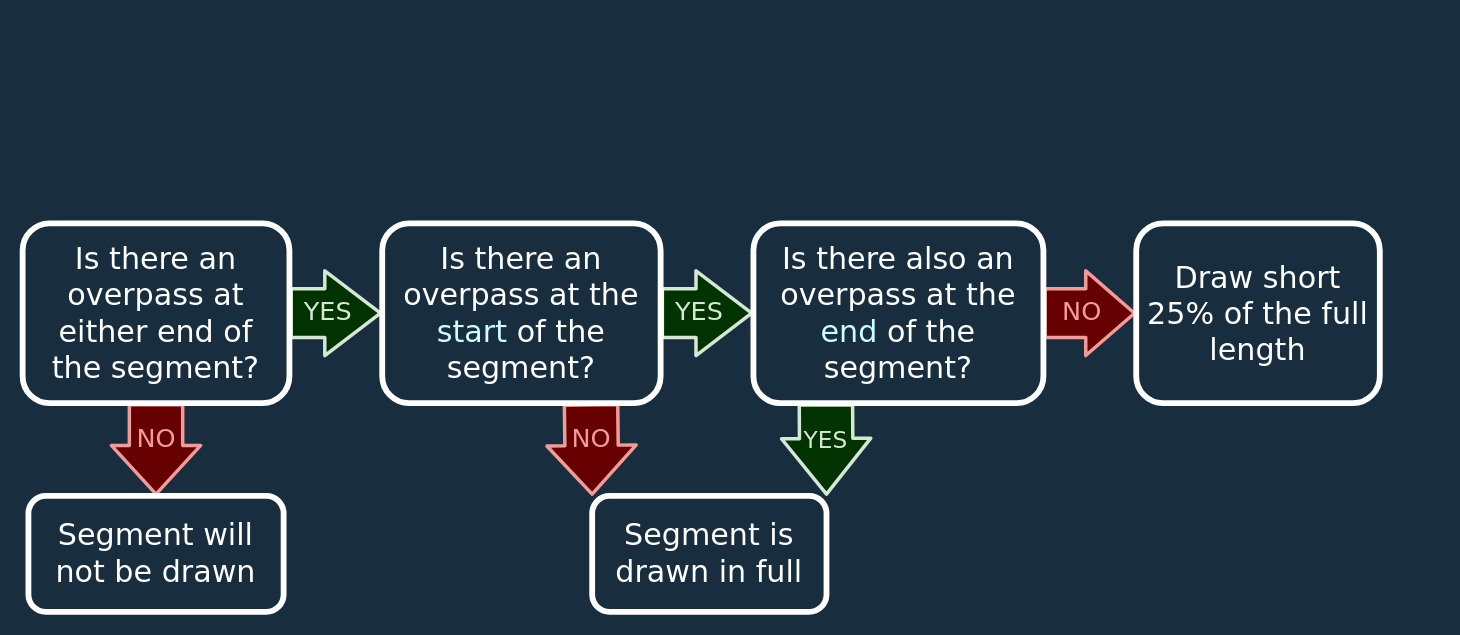
Before: OverpassSymbology.drawio in MaddiLoo/COP_Presentation, a draw.io diagram. Source tidied: cells renumbered, new cells numbered last; positions are measured from the earlier drawing's top-left corner, leaving out a move shared by most shapes. Both pictures are drawn from the tidied source at 116%, with x=0, y=0 at pixel (22, 223).
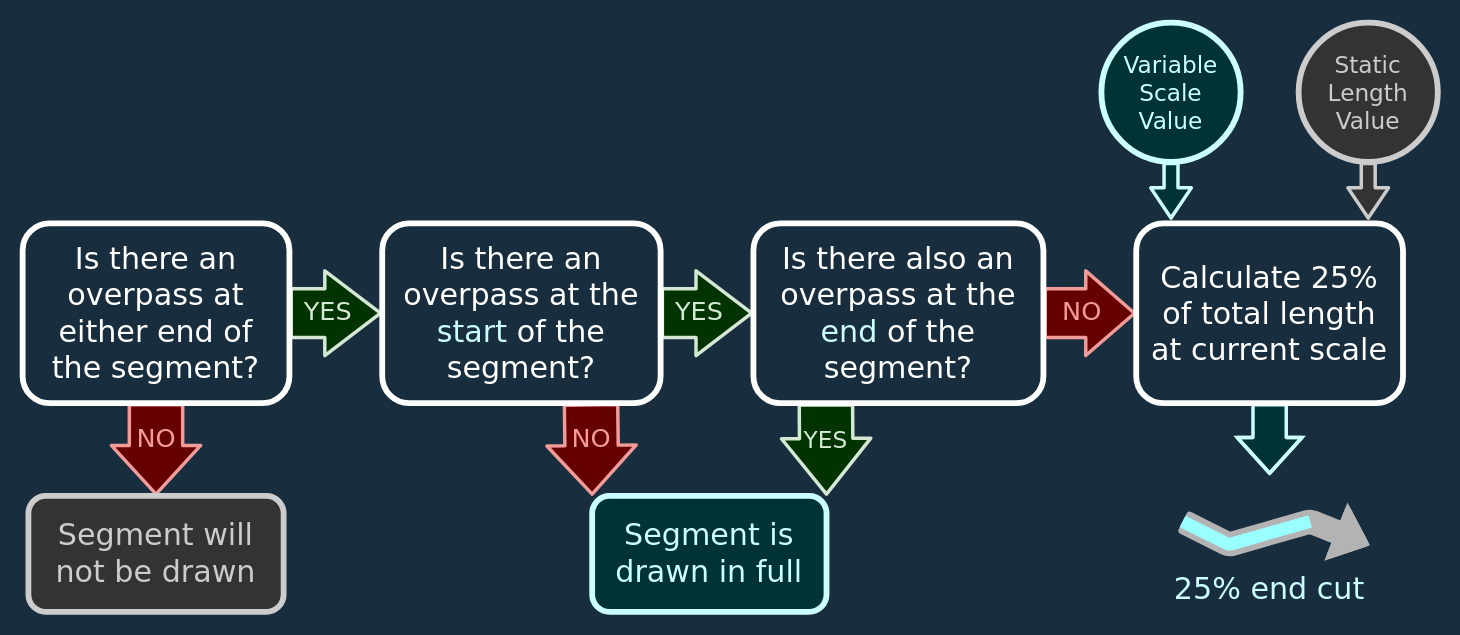
After the change.

The edit, as a diff of the source:
```diff
@@
+    <mxCell id="20" style="shape=flexArrow;endArrow=classic;html=1;rounded=1;labelBackgroundColor=none;strokeColor=#CCFFFF;strokeWidth=3;fontFamily=Verdana;fontSize=20;fontColor=#CCFFFF;fillColor=#003333;exitX=0.5;exitY=1;exitDx=0;exitDy=0;endSize=7.685714285714286;" parent="1" edge="1" source="23">
+      <mxGeometry relative="1" as="geometry">
+        <mxPoint x="990" y="-3" as="targetPoint" />
+      </mxGeometry>
+    </mxCell>
+    <mxCell id="21" style="shape=flexArrow;endArrow=classic;html=1;rounded=1;labelBackgroundColor=none;strokeColor=#CCCCCC;strokeWidth=3;fontFamily=Verdana;fontSize=20;fontColor=#CCCCCC;fillColor=#333333;exitX=0.5;exitY=1;exitDx=0;exitDy=0;endSize=7.685714285714286;" parent="1" edge="1" source="24">
+      <mxGeometry relative="1" as="geometry">
+        <mxPoint x="1160" y="-3" as="targetPoint" />
+      </mxGeometry>
+    </mxCell>
@@
-    <mxCell id="16" value="Segment is drawn in full" style="rounded=1;whiteSpace=wrap;html=1;labelBackgroundColor=none;strokeColor=#FFFFFF;strokeWidth=5;fontFamily=Verdana;fontSize=26;fontColor=#FFFFFF;fillColor=none;" parent="1" vertex="1">
+    <mxCell id="16" value="&lt;font style=&quot;font-size: 26px;&quot;&gt;Segment is drawn in full&lt;/font&gt;" style="rounded=1;whiteSpace=wrap;html=1;labelBackgroundColor=none;strokeColor=#CCFFFF;strokeWidth=5;fontFamily=Verdana;fontSize=20;fontColor=#CCFFFF;fillColor=#003333;" parent="1" vertex="1">
       <mxGeometry x="491" y="235" width="202" height="100" as="geometry" />
     </mxCell>
@@
-    <mxCell id="18" value="Segment will not be drawn" style="rounded=1;whiteSpace=wrap;html=1;labelBackgroundColor=none;strokeColor=#FFFFFF;strokeWidth=5;fontFamily=Verdana;fontSize=26;fontColor=#FFFFFF;fillColor=none;" parent="1" vertex="1">
+    <mxCell id="18" value="&lt;font style=&quot;font-size: 26px;&quot;&gt;Segment will not be drawn&lt;/font&gt;" style="rounded=1;whiteSpace=wrap;html=1;labelBackgroundColor=none;strokeColor=#CCCCCC;strokeWidth=5;fontFamily=Verdana;fontSize=20;fontColor=#CCCCCC;fillColor=#333333;endArrow=classic;endSize=13;" parent="1" vertex="1">
       <mxGeometry x="5" y="235" width="220" height="100" as="geometry" />
     </mxCell>
+    <mxCell id="22" style="edgeStyle=orthogonalEdgeStyle;rounded=1;jettySize=auto;html=1;exitX=0.5;exitY=1;exitDx=0;exitDy=0;labelBackgroundColor=none;strokeColor=#CCFFFF;strokeWidth=3;fontFamily=Verdana;fontSize=20;fontColor=#CCFFFF;fillColor=#003333;shape=flexArrow;endWidth=24.126984126984127;endSize=9.276190476190475;width=26.666666666666664;" parent="1" edge="1" source="19">
+      <mxGeometry relative="1" as="geometry">
+        <mxPoint x="1075" y="217" as="targetPoint" />
+        <Array as="points">
+          <mxPoint x="1075" y="177" />
+          <mxPoint x="1075" y="177" />
+        </Array>
+      </mxGeometry>
+    </mxCell>
-    <mxCell id="19" value="Draw short 25% of the full length" style="rounded=1;whiteSpace=wrap;html=1;labelBackgroundColor=none;strokeColor=#FFFFFF;strokeWidth=5;fontFamily=Verdana;fontSize=26;fontColor=#FFFFFF;fillColor=none;spacing=10;" parent="1" vertex="1">
-      <mxGeometry x="960" width="210" height="155" as="geometry" />
+    <mxCell id="19" value="Calculate 25% of total length at current scale" style="rounded=1;whiteSpace=wrap;html=1;labelBackgroundColor=none;strokeColor=#FFFFFF;strokeWidth=5;fontFamily=Verdana;fontSize=26;fontColor=#FFFFFF;fillColor=none;spacing=10;" parent="1" vertex="1">
+      <mxGeometry x="960" width="230" height="155" as="geometry" />
     </mxCell>
+    <mxCell id="23" value="Variable Scale &lt;br&gt;Value" style="ellipse;whiteSpace=wrap;html=1;labelBackgroundColor=none;strokeColor=#CCFFFF;strokeWidth=5;fontFamily=Verdana;fontSize=20;fontColor=#CCFFFF;fillColor=#003333;" parent="1" vertex="1">
+      <mxGeometry x="930" y="-173" width="120" height="120" as="geometry" />
+    </mxCell>
+    <mxCell id="24" value="Static Length Value" style="ellipse;whiteSpace=wrap;html=1;labelBackgroundColor=none;strokeColor=#CCCCCC;strokeWidth=5;fontFamily=Verdana;fontSize=20;fontColor=#CCCCCC;fillColor=#333333;" parent="1" vertex="1">
+      <mxGeometry x="1100" y="-173" width="120" height="120" as="geometry" />
+    </mxCell>
+    <mxCell id="25" style="group;" parent="1" vertex="1">
+      <mxGeometry x="1040" y="257" width="70" height="20" as="geometry" />
+    </mxCell>
+    <mxCell id="26" style="curved=1;endArrow=classic;html=1;rounded=1;labelBackgroundColor=none;strokeColor=#B3B3B3;strokeWidth=6;fontFamily=Verdana;fontSize=20;fontColor=#CCFFFF;fillColor=#B3B3B3;shape=flexArrow;fontStyle=1;" parent="25" edge="1">
+      <mxGeometry relative="1" as="geometry">
+        <mxPoint x="-40" as="sourcePoint" />
+        <mxPoint x="120" y="20" as="targetPoint" />
+        <Array as="points">
+          <mxPoint y="20" />
+          <mxPoint x="70" />
+        </Array>
+      </mxGeometry>
+    </mxCell>
+    <mxCell id="27" style="curved=1;endArrow=none;html=1;rounded=1;labelBackgroundColor=none;strokeColor=#99FFFF;strokeWidth=1;fontFamily=Verdana;fontSize=20;fontColor=#CCFFFF;fillColor=#99FFFF;shape=flexArrow;fontStyle=1;endFill=0;startSize=6;" parent="25" edge="1">
+      <mxGeometry relative="1" as="geometry">
+        <mxPoint x="-40" as="sourcePoint" />
+        <mxPoint x="70" as="targetPoint" />
+        <Array as="points">
+          <mxPoint y="20" />
+          <mxPoint x="70" />
+        </Array>
+      </mxGeometry>
+    </mxCell>
+    <mxCell id="28" value="25% end cut" style="text;html=1;strokeColor=none;fillColor=none;align=center;verticalAlign=middle;whiteSpace=wrap;rounded=0;labelBackgroundColor=none;strokeWidth=5;fontFamily=Verdana;fontSize=26;fontColor=#CCFFFF;" parent="1" vertex="1">
+      <mxGeometry x="990" y="295" width="170" height="40" as="geometry" />
+    </mxCell>
```
